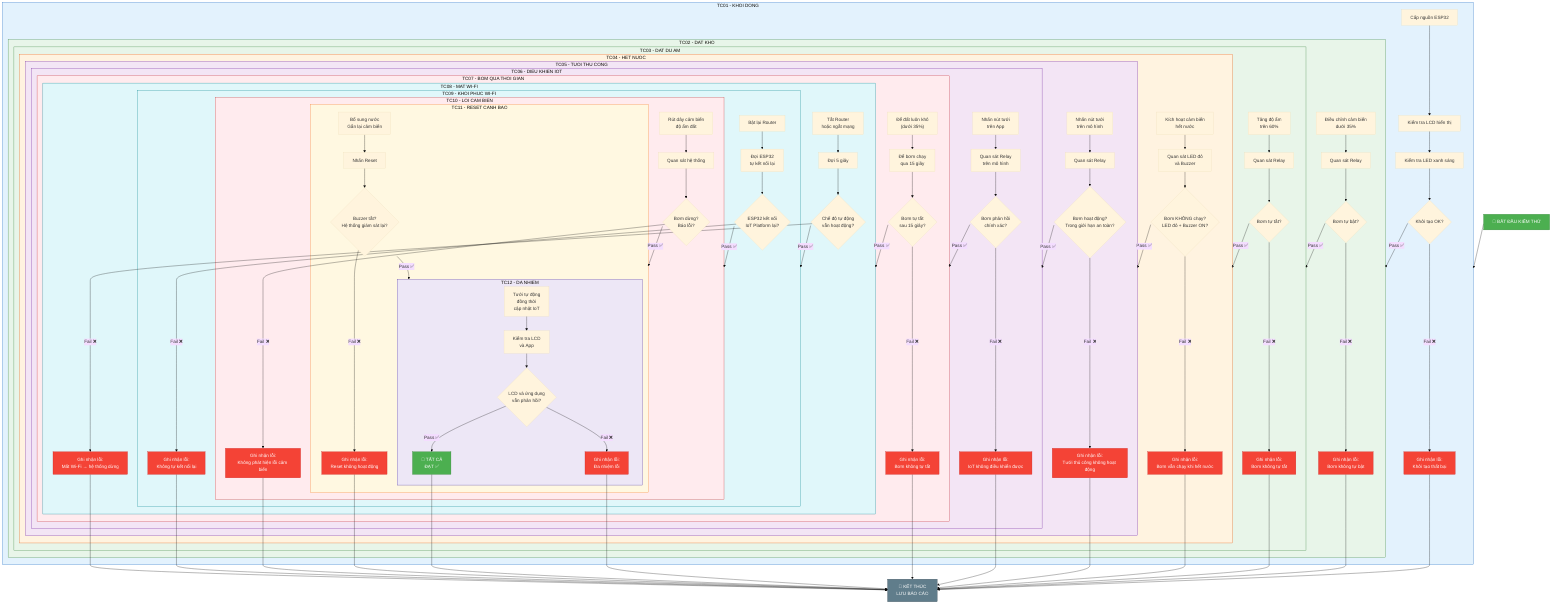
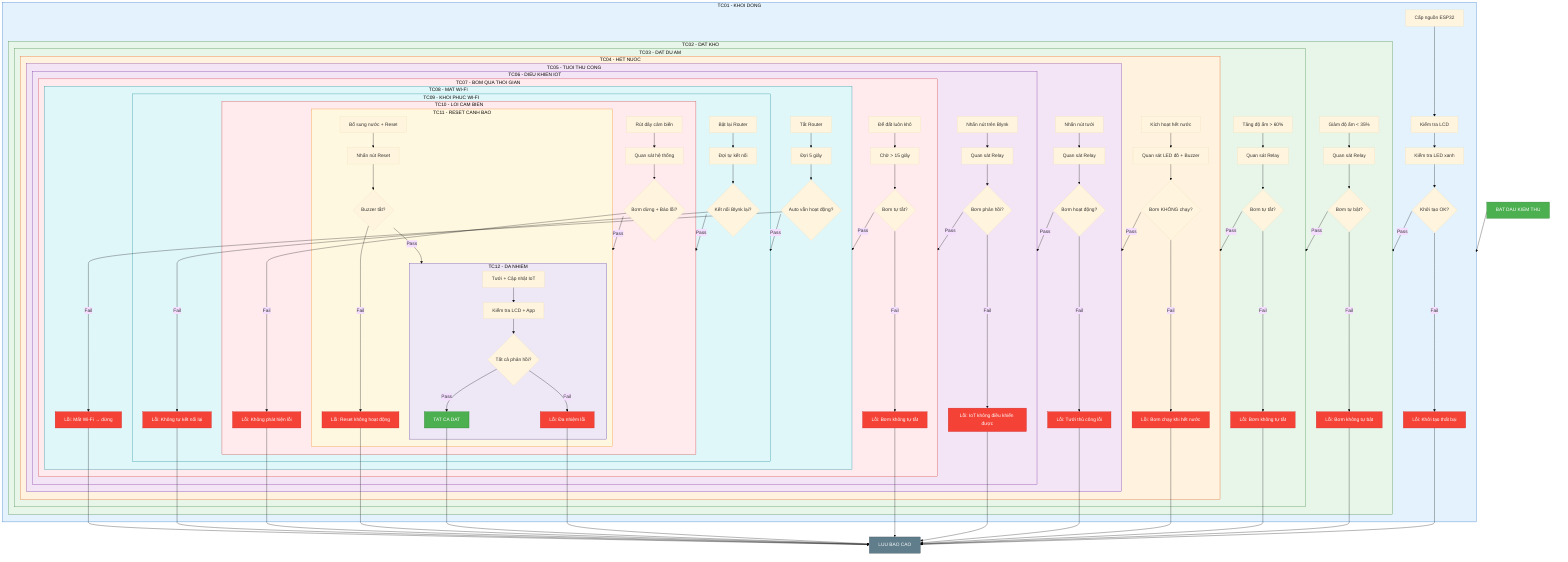
%%{init: {'theme': 'base'}}%%

graph TB
-     START["🧪 BẮT ĐẦU KIỂM THỬ"] --> TC01
+     START["BAT DAU KIEM THU"] --> TC01

    subgraph TC01["TC01 - KHOI DONG"]
-         T01A["Cấp nguồn ESP32"] --> T01B["Kiểm tra LCD hiển thị"]
-         T01B --> T01C["Kiểm tra LED xanh sáng"]
+         T01A["Cấp nguồn ESP32"] --> T01B["Kiểm tra LCD"]
+         T01B --> T01C["Kiểm tra LED xanh"]
        T01C --> T01D{"Khởi tạo OK?"}
-         T01D -->|"Pass ✅"| TC02
-         T01D -->|"Fail ❌"| FAIL01["Ghi nhận lỗi:<br/>Khởi tạo thất bại"]
+         T01D -->|"Pass"| TC02
+         T01D -->|"Fail"| FAIL01["Lỗi: Khởi tạo thất bại"]
    end

    subgraph TC02["TC02 - DAT KHO"]
-         T02A["Điều chỉnh cảm biến<br/>dưới 35%"] --> T02B["Quan sát Relay"]
+         T02A["Giảm độ ẩm < 35%"] --> T02B["Quan sát Relay"]
        T02B --> T02C{"Bơm tự bật?"}
-         T02C -->|"Pass ✅"| TC03
-         T02C -->|"Fail ❌"| FAIL02["Ghi nhận lỗi:<br/>Bơm không tự bật"]
+         T02C -->|"Pass"| TC03
+         T02C -->|"Fail"| FAIL02["Lỗi: Bơm không tự bật"]
    end

    subgraph TC03["TC03 - DAT DU AM"]
-         T03A["Tăng độ ẩm<br/>trên 60%"] --> T03B["Quan sát Relay"]
+         T03A["Tăng độ ẩm > 60%"] --> T03B["Quan sát Relay"]
        T03B --> T03C{"Bơm tự tắt?"}
-         T03C -->|"Pass ✅"| TC04
-         T03C -->|"Fail ❌"| FAIL03["Ghi nhận lỗi:<br/>Bơm không tự tắt"]
+         T03C -->|"Pass"| TC04
+         T03C -->|"Fail"| FAIL03["Lỗi: Bơm không tự tắt"]
    end

    subgraph TC04["TC04 - HET NUOC"]
-         T04A["Kích hoạt cảm biến<br/>hết nước"] --> T04B["Quan sát LED đỏ<br/>và Buzzer"]
-         T04B --> T04C{"Bơm KHÔNG chạy?<br/>LED đỏ + Buzzer ON?"}
-         T04C -->|"Pass ✅"| TC05
-         T04C -->|"Fail ❌"| FAIL04["Ghi nhận lỗi:<br/>Bơm vẫn chạy khi hết nước"]
+         T04A["Kích hoạt hết nước"] --> T04B["Quan sát LED đỏ + Buzzer"]
+         T04B --> T04C{"Bơm KHÔNG chạy?"}
+         T04C -->|"Pass"| TC05
+         T04C -->|"Fail"| FAIL04["Lỗi: Bơm chạy khi hết nước"]
    end

    subgraph TC05["TC05 - TUOI THU CONG"]
-         T05A["Nhấn nút tưới<br/>trên mô hình"] --> T05B["Quan sát Relay"]
-         T05B --> T05C{"Bơm hoạt động?<br/>Trong giới hạn an toàn?"}
-         T05C -->|"Pass ✅"| TC06
-         T05C -->|"Fail ❌"| FAIL05["Ghi nhận lỗi:<br/>Tưới thủ công không hoạt động"]
+         T05A["Nhấn nút tưới"] --> T05B["Quan sát Relay"]
+         T05B --> T05C{"Bơm hoạt động?"}
+         T05C -->|"Pass"| TC06
+         T05C -->|"Fail"| FAIL05["Lỗi: Tưới thủ công lỗi"]
    end

    subgraph TC06["TC06 - DIEU KHIEN IOT"]
-         T06A["Nhấn nút tưới<br/>trên App"] --> T06B["Quan sát Relay<br/>trên mô hình"]
-         T06B --> T06C{"Bơm phản hồi<br/>chính xác?"}
-         T06C -->|"Pass ✅"| TC07
-         T06C -->|"Fail ❌"| FAIL06["Ghi nhận lỗi:<br/>IoT không điều khiển được"]
+         T06A["Nhấn nút trên Blynk"] --> T06B["Quan sát Relay"]
+         T06B --> T06C{"Bơm phản hồi?"}
+         T06C -->|"Pass"| TC07
+         T06C -->|"Fail"| FAIL06["Lỗi: IoT không điều khiển được"]
    end

    subgraph TC07["TC07 - BOM QUA THOI GIAN"]
-         T07A["Để đất luôn khô<br/>(dưới 35%)"] --> T07B["Để bơm chạy<br/>qua 15 giây"]
-         T07B --> T07C{"Bơm tự tắt<br/>sau 15 giây?"}
-         T07C -->|"Pass ✅"| TC08
-         T07C -->|"Fail ❌"| FAIL07["Ghi nhận lỗi:<br/>Bơm không tự tắt"]
+         T07A["Để đất luôn khô"] --> T07B["Chờ > 15 giây"]
+         T07B --> T07C{"Bơm tự tắt?"}
+         T07C -->|"Pass"| TC08
+         T07C -->|"Fail"| FAIL07["Lỗi: Bơm không tự tắt"]
    end

    subgraph TC08["TC08 - MAT WI-FI"]
-         T08A["Tắt Router<br/>hoặc ngắt mạng"] --> T08B["Đợi 5 giây"]
-         T08B --> T08C{"Chế độ tự động<br/>vẫn hoạt động?"}
-         T08C -->|"Pass ✅"| TC09
-         T08C -->|"Fail ❌"| FAIL08["Ghi nhận lỗi:<br/>Mất Wi-Fi → hệ thống dừng"]
+         T08A["Tắt Router"] --> T08B["Đợi 5 giây"]
+         T08B --> T08C{"Auto vẫn hoạt động?"}
+         T08C -->|"Pass"| TC09
+         T08C -->|"Fail"| FAIL08["Lỗi: Mất Wi-Fi → dừng"]
    end

    subgraph TC09["TC09 - KHOI PHUC WI-FI"]
-         T09A["Bật lại Router"] --> T09B["Đợi ESP32<br/>tự kết nối lại"]
-         T09B --> T09C{"ESP32 kết nối<br/>IoT Platform lại?"}
-         T09C -->|"Pass ✅"| TC10
-         T09C -->|"Fail ❌"| FAIL09["Ghi nhận lỗi:<br/>Không tự kết nối lại"]
+         T09A["Bật lại Router"] --> T09B["Đợi tự kết nối"]
+         T09B --> T09C{"Kết nối Blynk lại?"}
+         T09C -->|"Pass"| TC10
+         T09C -->|"Fail"| FAIL09["Lỗi: Không tự kết nối lại"]
    end

    subgraph TC10["TC10 - LOI CAM BIEN"]
-         T10A["Rút dây cảm biến<br/>độ ẩm đất"] --> T10B["Quan sát hệ thống"]
-         T10B --> T10C{"Bơm dừng?<br/>Báo lỗi?"}
-         T10C -->|"Pass ✅"| TC11
-         T10C -->|"Fail ❌"| FAIL10["Ghi nhận lỗi:<br/>Không phát hiện lỗi cảm biến"]
+         T10A["Rút dây cảm biến"] --> T10B["Quan sát hệ thống"]
+         T10B --> T10C{"Bơm dừng + Báo lỗi?"}
+         T10C -->|"Pass"| TC11
+         T10C -->|"Fail"| FAIL10["Lỗi: Không phát hiện lỗi"]
    end

    subgraph TC11["TC11 - RESET CANH BAO"]
-         T11A["Bổ sung nước<br/>Gắn lại cảm biến"] --> T11B["Nhấn Reset"]
-         T11B --> T11C{"Buzzer tắt?<br/>Hệ thống giám sát lại?"}
-         T11C -->|"Pass ✅"| TC12
-         T11C -->|"Fail ❌"| FAIL11["Ghi nhận lỗi:<br/>Reset không hoạt động"]
+         T11A["Bổ sung nước + Reset"] --> T11B["Nhấn nút Reset"]
+         T11B --> T11C{"Buzzer tắt?"}
+         T11C -->|"Pass"| TC12
+         T11C -->|"Fail"| FAIL11["Lỗi: Reset không hoạt động"]
    end

    subgraph TC12["TC12 - DA NHIEM"]
-         T12A["Tưới tự động<br/>đồng thời<br/>cập nhật IoT"] --> T12B["Kiểm tra LCD<br/>và App"]
-         T12B --> T12C{"LCD và ứng dụng<br/>vẫn phản hồi?"}
-         T12C -->|"Pass ✅"| PASS["🎉 TẤT CẢ<br/>ĐẠT ✅"]
-         T12C -->|"Fail ❌"| FAIL12["Ghi nhận lỗi:<br/>Đa nhiệm lỗi"]
+         T12A["Tưới + Cập nhật IoT"] --> T12B["Kiểm tra LCD + App"]
+         T12B --> T12C{"Tất cả phản hồi?"}
+         T12C -->|"Pass"| PASS["TAT CA DAT"]
+         T12C -->|"Fail"| FAIL12["Lỗi: Đa nhiệm lỗi"]
    end

-     PASS --> END["🏁 KẾT THÚC<br/>LƯU BÁO CÁO"]
+     PASS --> END["LUU BAO CAO"]

-     FAIL01 --> END
-     FAIL02 --> END
-     FAIL03 --> END
-     FAIL04 --> END
-     FAIL05 --> END
-     FAIL06 --> END
-     FAIL07 --> END
-     FAIL08 --> END
-     FAIL09 --> END
-     FAIL10 --> END
-     FAIL11 --> END
-     FAIL12 --> END
+     FAIL01 & FAIL02 & FAIL03 & FAIL04 & FAIL05 & FAIL06 --> END
+     FAIL07 & FAIL08 & FAIL09 & FAIL10 & FAIL11 & FAIL12 --> END

    style START fill:#4CAF50,stroke:#2E7D32,color:#fff
    style PASS fill:#4CAF50,stroke:#2E7D32,color:#fff
    style END fill:#607D8B,stroke:#37474F,color:#fff
    style TC01 fill:#E3F2FD,stroke:#1565C0
    style TC02 fill:#E8F5E9,stroke:#2E7D32
    style TC03 fill:#E8F5E9,stroke:#2E7D32
    style TC04 fill:#FFF3E0,stroke:#E65100
    style TC05 fill:#F3E5F5,stroke:#6A1B9A
    style TC06 fill:#F3E5F5,stroke:#6A1B9A
    style TC07 fill:#FFEBEE,stroke:#C62828
    style TC08 fill:#E0F7FA,stroke:#00838F
    style TC09 fill:#E0F7FA,stroke:#00838F
    style TC10 fill:#FFEBEE,stroke:#C62828
    style TC11 fill:#FFF8E1,stroke:#F57F17
    style TC12 fill:#EDE7F6,stroke:#4527A0
    style FAIL01 fill:#F44336,stroke:#C62828,color:#fff
    style FAIL02 fill:#F44336,stroke:#C62828,color:#fff
    style FAIL03 fill:#F44336,stroke:#C62828,color:#fff
    style FAIL04 fill:#F44336,stroke:#C62828,color:#fff
    style FAIL05 fill:#F44336,stroke:#C62828,color:#fff
    style FAIL06 fill:#F44336,stroke:#C62828,color:#fff
    style FAIL07 fill:#F44336,stroke:#C62828,color:#fff
    style FAIL08 fill:#F44336,stroke:#C62828,color:#fff
    style FAIL09 fill:#F44336,stroke:#C62828,color:#fff
    style FAIL10 fill:#F44336,stroke:#C62828,color:#fff
    style FAIL11 fill:#F44336,stroke:#C62828,color:#fff
    style FAIL12 fill:#F44336,stroke:#C62828,color:#fff
